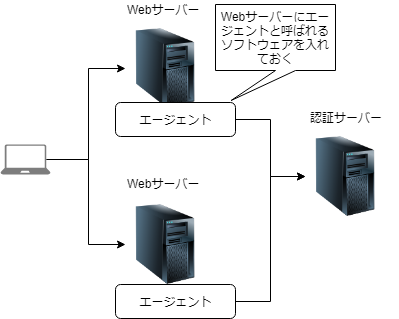
Above: images/SSO_agent.png in RinGoku/Web-Explaination (draw.io), before the change. Source tidied: cells renumbered, new cells last; positions are measured from the earlier drawing's top-left corner, leaving out a move shared by most shapes. Source of this version:
```xml
<mxGraphModel>
  <root>
    <mxCell id="0" />
    <mxCell id="1" parent="0" />
    <mxCell id="2" style="edgeStyle=orthogonalEdgeStyle;rounded=0;jettySize=auto;html=1;exitX=0.92;exitY=0.5;exitDx=0;exitDy=0;exitPerimeter=0;entryX=0;entryY=0.5;entryDx=0;entryDy=0;" parent="1" edge="1" source="4" target="5">
      <mxGeometry relative="1" as="geometry" />
    </mxCell>
    <mxCell id="3" style="edgeStyle=orthogonalEdgeStyle;rounded=0;jettySize=auto;html=1;exitX=0.92;exitY=0.5;exitDx=0;exitDy=0;exitPerimeter=0;entryX=0;entryY=0.5;entryDx=0;entryDy=0;" parent="1" edge="1" source="4" target="6">
      <mxGeometry relative="1" as="geometry" />
    </mxCell>
    <mxCell id="4" style="shadow=0;dashed=0;html=1;strokeColor=none;labelPosition=center;verticalLabelPosition=bottom;verticalAlign=top;align=center;shape=mxgraph.azure.laptop;fillColor=#7D7D7D;" parent="1" vertex="1">
      <mxGeometry y="144" width="50" height="30" as="geometry" />
    </mxCell>
    <mxCell id="5" style="image;html=1;labelBackgroundColor=#ffffff;image=img/lib/clip_art/computers/Server_Tower_128x128.png;" parent="1" vertex="1">
      <mxGeometry x="125" y="28" width="80" height="80" as="geometry" />
    </mxCell>
    <mxCell id="6" style="image;html=1;labelBackgroundColor=#ffffff;image=img/lib/clip_art/computers/Server_Tower_128x128.png;" parent="1" vertex="1">
      <mxGeometry x="125" y="204" width="80" height="80" as="geometry" />
    </mxCell>
    <mxCell id="7" style="image;html=1;labelBackgroundColor=#ffffff;image=img/lib/clip_art/computers/Server_Tower_128x128.png;" parent="1" vertex="1">
      <mxGeometry x="305" y="136" width="80" height="80" as="geometry" />
    </mxCell>
    <mxCell id="8" value="Webサーバー" style="text;html=1;align=left;verticalAlign=top;spacingTop=-4;" parent="1" vertex="1">
      <mxGeometry x="125" width="90" height="20" as="geometry" />
    </mxCell>
    <mxCell id="9" value="&lt;div style=&quot;text-align: center&quot;&gt;&lt;span&gt;Webサーバー&lt;/span&gt;&lt;/div&gt;" style="text;html=1;align=left;verticalAlign=top;spacingTop=-4;" parent="1" vertex="1">
      <mxGeometry x="125" y="174" width="90" height="20" as="geometry" />
    </mxCell>
    <mxCell id="10" value="&lt;div style=&quot;text-align: center&quot;&gt;&lt;span&gt;認証サーバー&lt;/span&gt;&lt;/div&gt;" style="text;html=1;align=left;verticalAlign=top;spacingTop=-4;" parent="1" vertex="1">
      <mxGeometry x="308" y="108" width="90" height="20" as="geometry" />
    </mxCell>
    <mxCell id="11" style="edgeStyle=orthogonalEdgeStyle;rounded=0;jettySize=auto;html=1;exitX=1;exitY=0.5;exitDx=0;exitDy=0;" parent="1" edge="1" source="12" target="7">
      <mxGeometry relative="1" as="geometry" />
    </mxCell>
    <mxCell id="12" value="エージェント" style="rounded=1;whiteSpace=wrap;html=1;" parent="1" vertex="1">
      <mxGeometry x="115" y="102" width="120" height="34" as="geometry" />
    </mxCell>
    <mxCell id="13" style="edgeStyle=orthogonalEdgeStyle;rounded=0;jettySize=auto;html=1;exitX=1;exitY=0.5;exitDx=0;exitDy=0;entryX=0;entryY=0.5;entryDx=0;entryDy=0;" parent="1" edge="1" source="14" target="7">
      <mxGeometry relative="1" as="geometry" />
    </mxCell>
    <mxCell id="14" value="エージェント" style="rounded=1;whiteSpace=wrap;html=1;" parent="1" vertex="1">
      <mxGeometry x="115" y="284" width="120" height="34" as="geometry" />
    </mxCell>
    <mxCell id="15" value="Webサーバーにエージェントと呼ばれるソフトウェアを入れておく" style="shape=callout;whiteSpace=wrap;html=1;perimeter=calloutPerimeter;position2=0.13;" parent="1" vertex="1">
      <mxGeometry x="215" y="4" width="120" height="96" as="geometry" />
    </mxCell>
  </root>
</mxGraphModel>
```
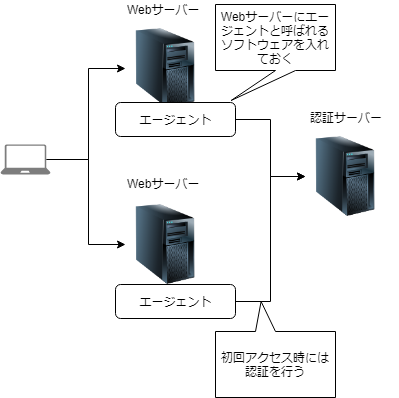
The same file after the commit.

Diff of the diagram source:
```diff
@@ -44,5 +44,8 @@
     <mxCell id="15" value="Webサーバーにエージェントと呼ばれるソフトウェアを入れておく" style="shape=callout;whiteSpace=wrap;html=1;perimeter=calloutPerimeter;position2=0.13;" parent="1" vertex="1">
       <mxGeometry x="215" y="4" width="120" height="96" as="geometry" />
     </mxCell>
+    <mxCell id="16" value="初回アクセス時には認証を行う" style="shape=callout;whiteSpace=wrap;html=1;perimeter=calloutPerimeter;position2=0.62;direction=west;" parent="1" vertex="1">
+      <mxGeometry x="215" y="301" width="120" height="96" as="geometry" />
+    </mxCell>
   </root>
 </mxGraphModel>
```
